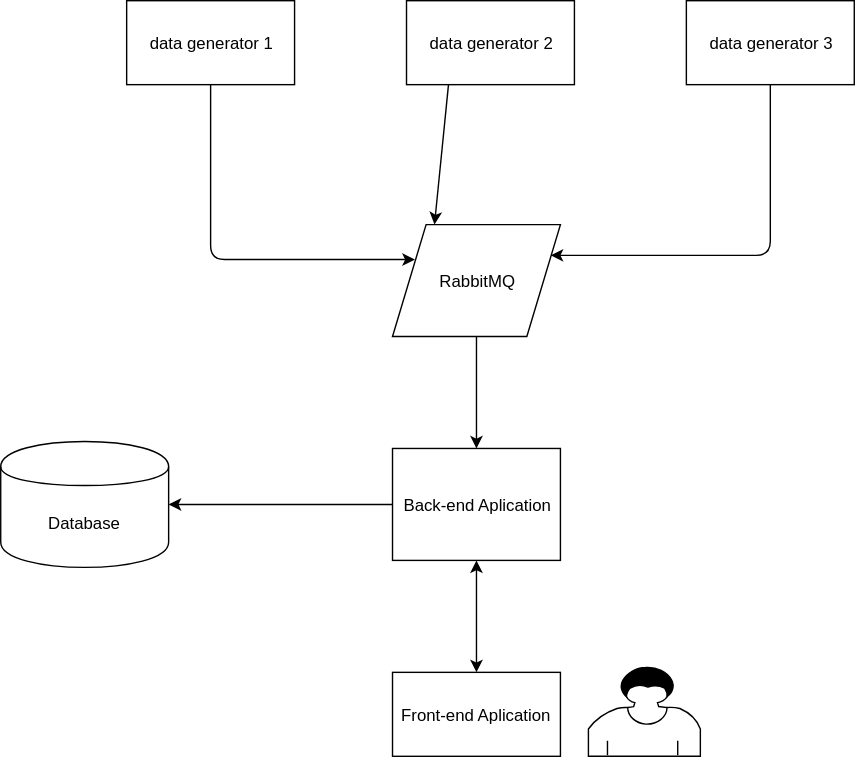
This is documentacao/architecture.svg from elimarmacena/sd_datacollector, a draw.io export, as it was before one commit. Source tidied: cells renumbered, new cells last; positions are measured from the earlier drawing's top-left corner, leaving out a move shared by most shapes. Source of this version:
```xml
<mxGraphModel>
  <root>
    <mxCell id="0" />
    <mxCell id="1" parent="0" />
    <mxCell id="2" value="data generator 1" style="rounded=0;whiteSpace=wrap;html=1;" parent="1" vertex="1">
      <mxGeometry x="90" width="120" height="60" as="geometry" />
    </mxCell>
    <mxCell id="3" value="data generator 2" style="rounded=0;whiteSpace=wrap;html=1;" parent="1" vertex="1">
      <mxGeometry x="290" width="120" height="60" as="geometry" />
    </mxCell>
    <mxCell id="4" value="data generator 3" style="rounded=0;whiteSpace=wrap;html=1;" parent="1" vertex="1">
      <mxGeometry x="490" width="120" height="60" as="geometry" />
    </mxCell>
    <mxCell id="5" value="RabbitMQ" style="shape=parallelogram;perimeter=parallelogramPerimeter;whiteSpace=wrap;html=1;" parent="1" vertex="1">
      <mxGeometry x="280" y="160" width="120" height="80" as="geometry" />
    </mxCell>
    <mxCell id="6" value="Back-end Aplication" style="rounded=0;whiteSpace=wrap;html=1;" parent="1" vertex="1">
      <mxGeometry x="280" y="320" width="120" height="80" as="geometry" />
    </mxCell>
    <mxCell id="7" value="Database" style="shape=cylinder;whiteSpace=wrap;html=1;boundedLbl=1;backgroundOutline=1;" parent="1" vertex="1">
      <mxGeometry y="315" width="120" height="90" as="geometry" />
    </mxCell>
    <mxCell id="8" value="Front-end Aplication" style="rounded=0;whiteSpace=wrap;html=1;" parent="1" vertex="1">
      <mxGeometry x="280" y="480" width="120" height="60" as="geometry" />
    </mxCell>
    <mxCell id="9" style="shape=mxgraph.bpmn.user_task;html=1;" parent="1" vertex="1">
      <mxGeometry x="420" y="476" width="80" height="64" as="geometry" />
    </mxCell>
    <mxCell id="10" style="endArrow=classic;html=1;exitX=0.5;exitY=1;exitDx=0;exitDy=0;entryX=0;entryY=0.25;entryDx=0;entryDy=0;" parent="1" edge="1" source="2" target="5">
      <mxGeometry relative="1" as="geometry">
        <Array as="points">
          <mxPoint x="150" y="185" />
        </Array>
      </mxGeometry>
    </mxCell>
    <mxCell id="11" style="endArrow=classic;html=1;entryX=1;entryY=0.25;entryDx=0;entryDy=0;exitX=0.5;exitY=1;exitDx=0;exitDy=0;" parent="1" edge="1" source="4" target="5">
      <mxGeometry relative="1" as="geometry">
        <Array as="points">
          <mxPoint x="550" y="182" />
        </Array>
      </mxGeometry>
    </mxCell>
    <mxCell id="12" style="endArrow=classic;html=1;entryX=0.25;entryY=0;entryDx=0;entryDy=0;exitX=0.25;exitY=1;exitDx=0;exitDy=0;" parent="1" edge="1" source="3" target="5">
      <mxGeometry relative="1" as="geometry" />
    </mxCell>
    <mxCell id="13" style="endArrow=classic;html=1;exitX=0.5;exitY=1;exitDx=0;exitDy=0;entryX=0.5;entryY=0;entryDx=0;entryDy=0;" parent="1" edge="1" source="5" target="6">
      <mxGeometry relative="1" as="geometry" />
    </mxCell>
    <mxCell id="14" style="endArrow=classic;html=1;entryX=1;entryY=0.5;entryDx=0;entryDy=0;exitX=0;exitY=0.5;exitDx=0;exitDy=0;" parent="1" edge="1" source="6" target="7">
      <mxGeometry relative="1" as="geometry" />
    </mxCell>
    <mxCell id="15" style="endArrow=classic;startArrow=classic;html=1;entryX=0.5;entryY=1;entryDx=0;entryDy=0;exitX=0.5;exitY=0;exitDx=0;exitDy=0;" parent="1" edge="1" source="8" target="6">
      <mxGeometry relative="1" as="geometry" />
    </mxCell>
  </root>
</mxGraphModel>
```
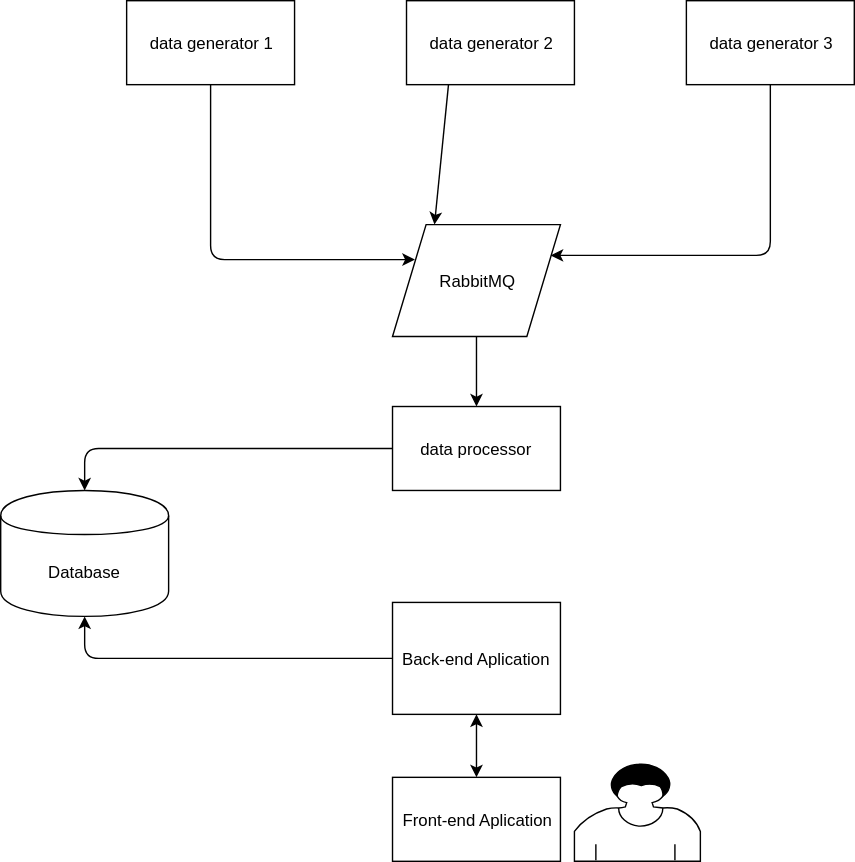
The same diagram one commit later.

Diff of the diagram source:
```diff
@@ -15,16 +15,16 @@
       <mxGeometry x="280" y="160" width="120" height="80" as="geometry" />
     </mxCell>
     <mxCell id="6" value="Back-end Aplication" style="rounded=0;whiteSpace=wrap;html=1;" parent="1" vertex="1">
-      <mxGeometry x="280" y="320" width="120" height="80" as="geometry" />
+      <mxGeometry x="280" y="430" width="120" height="80" as="geometry" />
     </mxCell>
     <mxCell id="7" value="Database" style="shape=cylinder;whiteSpace=wrap;html=1;boundedLbl=1;backgroundOutline=1;" parent="1" vertex="1">
-      <mxGeometry y="315" width="120" height="90" as="geometry" />
+      <mxGeometry y="350" width="120" height="90" as="geometry" />
     </mxCell>
     <mxCell id="8" value="Front-end Aplication" style="rounded=0;whiteSpace=wrap;html=1;" parent="1" vertex="1">
-      <mxGeometry x="280" y="480" width="120" height="60" as="geometry" />
+      <mxGeometry x="280" y="555" width="120" height="60" as="geometry" />
     </mxCell>
     <mxCell id="9" style="shape=mxgraph.bpmn.user_task;html=1;" parent="1" vertex="1">
-      <mxGeometry x="420" y="476" width="80" height="64" as="geometry" />
+      <mxGeometry x="410" y="545" width="90" height="70" as="geometry" />
     </mxCell>
     <mxCell id="10" style="endArrow=classic;html=1;exitX=0.5;exitY=1;exitDx=0;exitDy=0;entryX=0;entryY=0.25;entryDx=0;entryDy=0;" parent="1" edge="1" source="2" target="5">
       <mxGeometry relative="1" as="geometry">
@@ -43,14 +43,28 @@
     <mxCell id="12" style="endArrow=classic;html=1;entryX=0.25;entryY=0;entryDx=0;entryDy=0;exitX=0.25;exitY=1;exitDx=0;exitDy=0;" parent="1" edge="1" source="3" target="5">
       <mxGeometry relative="1" as="geometry" />
     </mxCell>
-    <mxCell id="13" style="endArrow=classic;html=1;exitX=0.5;exitY=1;exitDx=0;exitDy=0;entryX=0.5;entryY=0;entryDx=0;entryDy=0;" parent="1" edge="1" source="5" target="6">
-      <mxGeometry relative="1" as="geometry" />
-    </mxCell>
-    <mxCell id="14" style="endArrow=classic;html=1;entryX=1;entryY=0.5;entryDx=0;entryDy=0;exitX=0;exitY=0.5;exitDx=0;exitDy=0;" parent="1" edge="1" source="6" target="7">
-      <mxGeometry relative="1" as="geometry" />
+    <mxCell id="14" style="endArrow=classic;html=1;entryX=0.5;entryY=1;entryDx=0;entryDy=0;exitX=0;exitY=0.5;exitDx=0;exitDy=0;" parent="1" edge="1" source="6" target="7">
+      <mxGeometry relative="1" as="geometry">
+        <Array as="points">
+          <mxPoint x="60" y="470" />
+        </Array>
+      </mxGeometry>
     </mxCell>
     <mxCell id="15" style="endArrow=classic;startArrow=classic;html=1;entryX=0.5;entryY=1;entryDx=0;entryDy=0;exitX=0.5;exitY=0;exitDx=0;exitDy=0;" parent="1" edge="1" source="8" target="6">
       <mxGeometry relative="1" as="geometry" />
     </mxCell>
+    <mxCell id="16" value="data processor" style="rounded=0;whiteSpace=wrap;html=1;" parent="1" vertex="1">
+      <mxGeometry x="280" y="290" width="120" height="60" as="geometry" />
+    </mxCell>
+    <mxCell id="17" style="endArrow=classic;html=1;entryX=0.5;entryY=0;entryDx=0;entryDy=0;exitX=0.5;exitY=1;exitDx=0;exitDy=0;" parent="1" edge="1" source="5" target="16">
+      <mxGeometry relative="1" as="geometry" />
+    </mxCell>
+    <mxCell id="18" style="endArrow=classic;html=1;entryX=0.5;entryY=0;entryDx=0;entryDy=0;exitX=0;exitY=0.5;exitDx=0;exitDy=0;" parent="1" edge="1" source="16" target="7">
+      <mxGeometry relative="1" as="geometry">
+        <Array as="points">
+          <mxPoint x="60" y="320" />
+        </Array>
+      </mxGeometry>
+    </mxCell>
   </root>
 </mxGraphModel>
```
